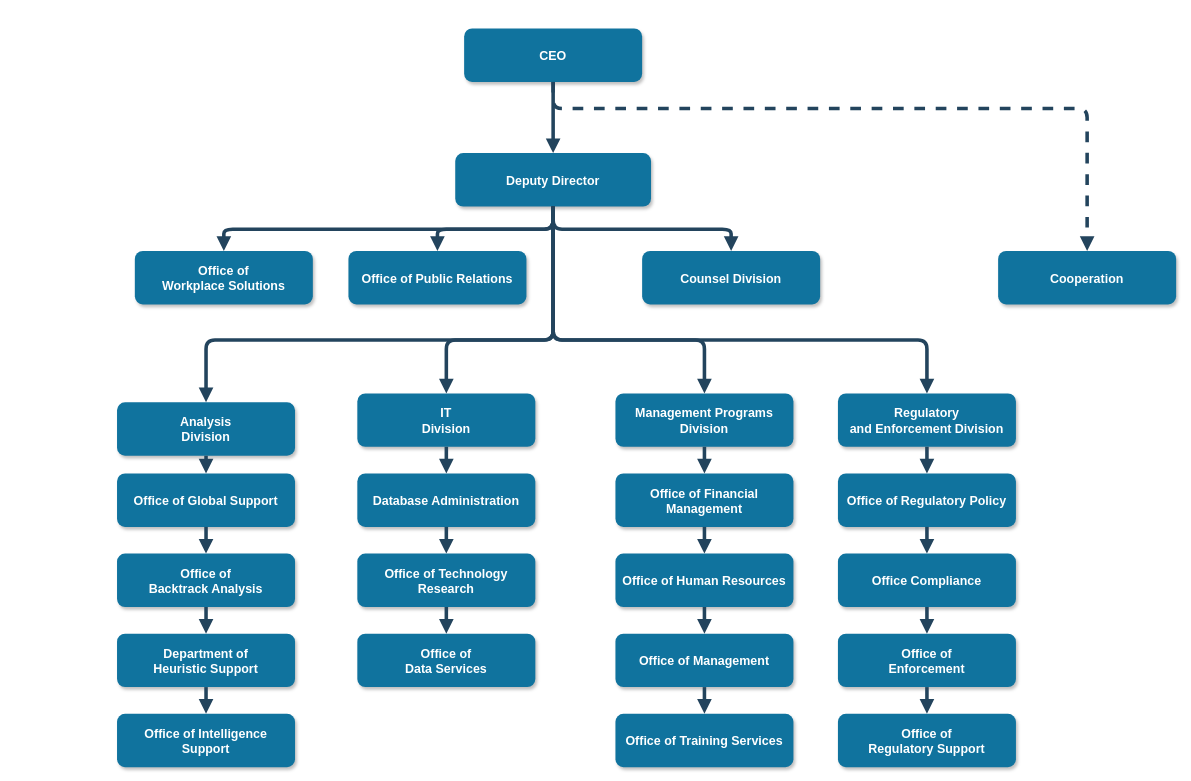
Earlier version of the draw.io diagram page "组织架构" (1 of 2) of 流程管理项目组织架构.drawio (warmsheep/my-example). Source tidied: cells renumbered, new cells numbered last; positions are measured from the earlier drawing's top-left corner, leaving out a move shared by most shapes. Both pictures are drawn from the tidied source at 89%, with x=0, y=0 at pixel (117, 28).
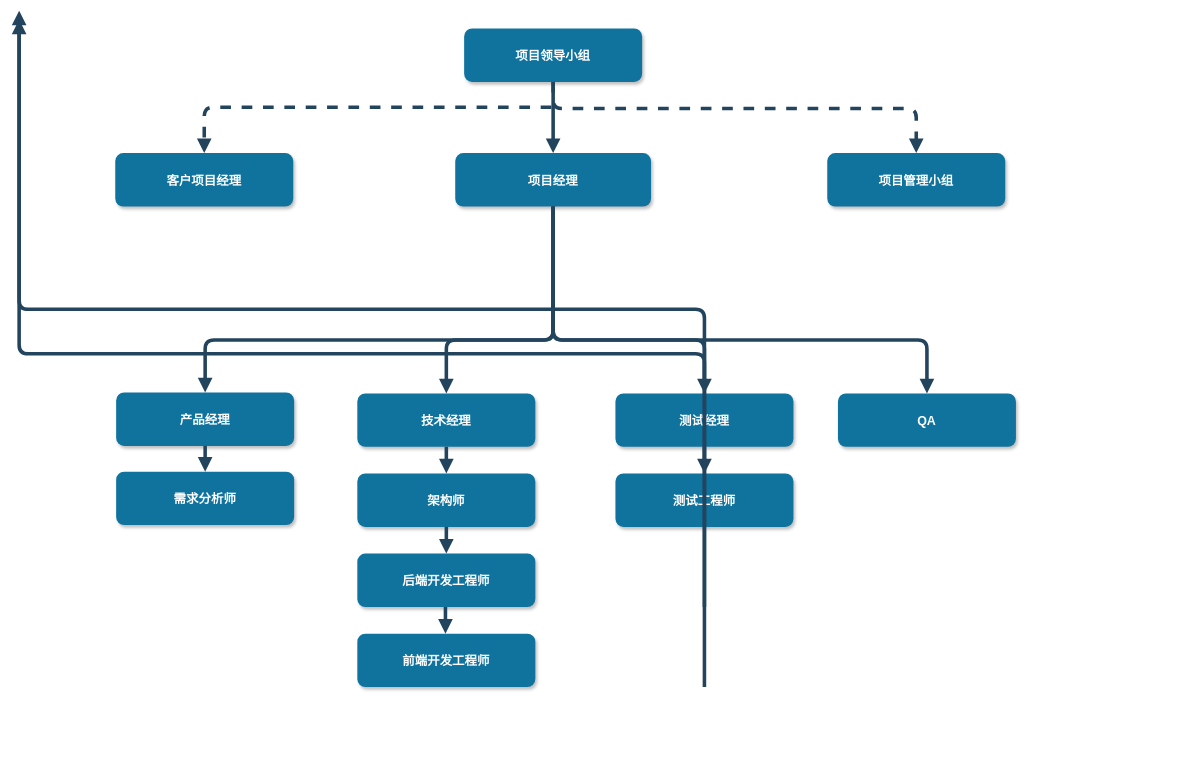
After the change.

Commit message:
更新流程管理项目组织架构.drawio

The edit, as a diff of the source:
```diff
@@
-    <mxCell id="2" value="CEO" style="rounded=1;fillColor=#10739E;strokeColor=none;shadow=1;gradientColor=none;fontStyle=1;fontColor=#FFFFFF;fontSize=14;" parent="1" vertex="1">
+    <mxCell id="2" value="项目领导小组" style="rounded=1;fillColor=#10739E;strokeColor=none;shadow=1;gradientColor=none;fontStyle=1;fontColor=#FFFFFF;fontSize=14;" parent="1" vertex="1">
       <mxGeometry x="390" y="-0.5" width="200" height="60" as="geometry" />
     </mxCell>
-    <mxCell id="3" value="Deputy Director" style="rounded=1;fillColor=#10739E;strokeColor=none;shadow=1;gradientColor=none;fontStyle=1;fontColor=#FFFFFF;fontSize=14;" parent="1" vertex="1">
+    <mxCell id="3" value="项目经理" style="rounded=1;fillColor=#10739E;strokeColor=none;shadow=1;gradientColor=none;fontStyle=1;fontColor=#FFFFFF;fontSize=14;" parent="1" vertex="1">
       <mxGeometry x="380" y="139.5" width="220" height="60" as="geometry" />
     </mxCell>
-    <mxCell id="4" value="Office of &#10;Workplace Solutions" style="rounded=1;fillColor=#10739E;strokeColor=none;shadow=1;gradientColor=none;fontStyle=1;fontColor=#FFFFFF;fontSize=14;" parent="1" vertex="1">
-      <mxGeometry x="20" y="249.5" width="200" height="60" as="geometry" />
-    </mxCell>
-    <mxCell id="5" value="Office of Public Relations" style="rounded=1;fillColor=#10739E;strokeColor=none;shadow=1;gradientColor=none;fontStyle=1;fontColor=#FFFFFF;fontSize=14;" parent="1" vertex="1">
-      <mxGeometry x="260" y="249.5" width="200" height="60" as="geometry" />
-    </mxCell>
-    <mxCell id="6" value="Counsel Division" style="rounded=1;fillColor=#10739E;strokeColor=none;shadow=1;gradientColor=none;fontStyle=1;fontColor=#FFFFFF;fontSize=14;" parent="1" vertex="1">
-      <mxGeometry x="590" y="249.5" width="200" height="60" as="geometry" />
-    </mxCell>
-    <mxCell id="7" value="Cooperation" style="rounded=1;fillColor=#10739E;strokeColor=none;shadow=1;gradientColor=none;fontStyle=1;fontColor=#FFFFFF;fontSize=14;" parent="1" vertex="1">
-      <mxGeometry x="990" y="249.5" width="200" height="60" as="geometry" />
+    <mxCell id="7" value="项目管理小组" style="rounded=1;fillColor=#10739E;strokeColor=none;shadow=1;gradientColor=none;fontStyle=1;fontColor=#FFFFFF;fontSize=14;" parent="1" vertex="1">
+      <mxGeometry x="798" y="139.5" width="200" height="60" as="geometry" />
     </mxCell>
-    <mxCell id="8" value="Analysis &#10;Division" style="rounded=1;fillColor=#10739E;strokeColor=none;shadow=1;gradientColor=none;fontStyle=1;fontColor=#FFFFFF;fontSize=14;" parent="1" vertex="1">
-      <mxGeometry y="419.5" width="200" height="60" as="geometry" />
+    <mxCell id="8" value="产品经理" style="rounded=1;fillColor=#10739E;strokeColor=none;shadow=1;gradientColor=none;fontStyle=1;fontColor=#FFFFFF;fontSize=14;" parent="1" vertex="1">
+      <mxGeometry x="-1" y="408.5" width="200" height="60" as="geometry" />
     </mxCell>
-    <mxCell id="9" value="Office of Global Support" style="rounded=1;fillColor=#10739E;strokeColor=none;shadow=1;gradientColor=none;fontStyle=1;fontColor=#FFFFFF;fontSize=14;" parent="1" vertex="1">
-      <mxGeometry y="499.5" width="200" height="60" as="geometry" />
+    <mxCell id="9" value="需求分析师" style="rounded=1;fillColor=#10739E;strokeColor=none;shadow=1;gradientColor=none;fontStyle=1;fontColor=#FFFFFF;fontSize=14;" parent="1" vertex="1">
+      <mxGeometry x="-1" y="497.5" width="200" height="60" as="geometry" />
     </mxCell>
-    <mxCell id="10" value="Office of &#10;Backtrack Analysis" style="rounded=1;fillColor=#10739E;strokeColor=none;shadow=1;gradientColor=none;fontStyle=1;fontColor=#FFFFFF;fontSize=14;" parent="1" vertex="1">
-      <mxGeometry y="589.5" width="200" height="60" as="geometry" />
-    </mxCell>
-    <mxCell id="11" value="Department of &#10;Heuristic Support" style="rounded=1;fillColor=#10739E;strokeColor=none;shadow=1;gradientColor=none;fontStyle=1;fontColor=#FFFFFF;fontSize=14;" parent="1" vertex="1">
-      <mxGeometry y="679.5" width="200" height="60" as="geometry" />
-    </mxCell>
-    <mxCell id="12" value="Office of Intelligence &#10;Support" style="rounded=1;fillColor=#10739E;strokeColor=none;shadow=1;gradientColor=none;fontStyle=1;fontColor=#FFFFFF;fontSize=14;" parent="1" vertex="1">
-      <mxGeometry y="769.5" width="200" height="60" as="geometry" />
-    </mxCell>
-    <mxCell id="13" value="IT&#10;Division" style="rounded=1;fillColor=#10739E;strokeColor=none;shadow=1;gradientColor=none;fontStyle=1;fontColor=#FFFFFF;fontSize=14;" parent="1" vertex="1">
+    <mxCell id="13" value="技术经理" style="rounded=1;fillColor=#10739E;strokeColor=none;shadow=1;gradientColor=none;fontStyle=1;fontColor=#FFFFFF;fontSize=14;" parent="1" vertex="1">
       <mxGeometry x="270" y="409.5" width="200" height="60" as="geometry" />
     </mxCell>
-    <mxCell id="14" value="Database Administration" style="rounded=1;fillColor=#10739E;strokeColor=none;shadow=1;gradientColor=none;fontStyle=1;fontColor=#FFFFFF;fontSize=14;" parent="1" vertex="1">
+    <mxCell id="14" value="架构师" style="rounded=1;fillColor=#10739E;strokeColor=none;shadow=1;gradientColor=none;fontStyle=1;fontColor=#FFFFFF;fontSize=14;" parent="1" vertex="1">
       <mxGeometry x="270" y="499.5" width="200" height="60" as="geometry" />
     </mxCell>
-    <mxCell id="15" value="Office of Technology &#10;Research" style="rounded=1;fillColor=#10739E;strokeColor=none;shadow=1;gradientColor=none;fontStyle=1;fontColor=#FFFFFF;fontSize=14;" parent="1" vertex="1">
+    <mxCell id="15" value="后端开发工程师" style="rounded=1;fillColor=#10739E;strokeColor=none;shadow=1;gradientColor=none;fontStyle=1;fontColor=#FFFFFF;fontSize=14;" parent="1" vertex="1">
       <mxGeometry x="270" y="589.5" width="200" height="60" as="geometry" />
     </mxCell>
-    <mxCell id="16" value="Office of&#10;Data Services" style="rounded=1;fillColor=#10739E;strokeColor=none;shadow=1;gradientColor=none;fontStyle=1;fontColor=#FFFFFF;fontSize=14;" parent="1" vertex="1">
-      <mxGeometry x="270" y="679.5" width="200" height="60" as="geometry" />
-    </mxCell>
-    <mxCell id="17" value="Management Programs &#10;Division" style="rounded=1;fillColor=#10739E;strokeColor=none;shadow=1;gradientColor=none;fontStyle=1;fontColor=#FFFFFF;fontSize=14;" parent="1" vertex="1">
+    <mxCell id="17" value="测试经理" style="rounded=1;fillColor=#10739E;strokeColor=none;shadow=1;gradientColor=none;fontStyle=1;fontColor=#FFFFFF;fontSize=14;" parent="1" vertex="1">
       <mxGeometry x="560" y="409.5" width="200" height="60" as="geometry" />
     </mxCell>
-    <mxCell id="18" value="Office of Financial &#10;Management" style="rounded=1;fillColor=#10739E;strokeColor=none;shadow=1;gradientColor=none;fontStyle=1;fontColor=#FFFFFF;fontSize=14;" parent="1" vertex="1">
+    <mxCell id="18" value="测试工程师" style="rounded=1;fillColor=#10739E;strokeColor=none;shadow=1;gradientColor=none;fontStyle=1;fontColor=#FFFFFF;fontSize=14;" parent="1" vertex="1">
       <mxGeometry x="560" y="499.5" width="200" height="60" as="geometry" />
     </mxCell>
-    <mxCell id="19" value="Office of Human Resources" style="rounded=1;fillColor=#10739E;strokeColor=none;shadow=1;gradientColor=none;fontStyle=1;fontColor=#FFFFFF;fontSize=14;" parent="1" vertex="1">
-      <mxGeometry x="560" y="589.5" width="200" height="60" as="geometry" />
-    </mxCell>
-    <mxCell id="20" value="Office of Management " style="rounded=1;fillColor=#10739E;strokeColor=none;shadow=1;gradientColor=none;fontStyle=1;fontColor=#FFFFFF;fontSize=14;" parent="1" vertex="1">
-      <mxGeometry x="560" y="679.5" width="200" height="60" as="geometry" />
-    </mxCell>
-    <mxCell id="21" value="Office of Training Services" style="rounded=1;fillColor=#10739E;strokeColor=none;shadow=1;gradientColor=none;fontStyle=1;fontColor=#FFFFFF;fontSize=14;" parent="1" vertex="1">
-      <mxGeometry x="560" y="769.5" width="200" height="60" as="geometry" />
-    </mxCell>
-    <mxCell id="22" value="Regulatory &#10;and Enforcement Division" style="rounded=1;fillColor=#10739E;strokeColor=none;shadow=1;gradientColor=none;fontStyle=1;fontColor=#FFFFFF;fontSize=14;" parent="1" vertex="1">
+    <mxCell id="22" value="QA" style="rounded=1;fillColor=#10739E;strokeColor=none;shadow=1;gradientColor=none;fontStyle=1;fontColor=#FFFFFF;fontSize=14;" parent="1" vertex="1">
       <mxGeometry x="810" y="409.5" width="200" height="60" as="geometry" />
     </mxCell>
-    <mxCell id="23" value="Office of Regulatory Policy" style="rounded=1;fillColor=#10739E;strokeColor=none;shadow=1;gradientColor=none;fontStyle=1;fontColor=#FFFFFF;fontSize=14;" parent="1" vertex="1">
-      <mxGeometry x="810" y="499.5" width="200" height="60" as="geometry" />
-    </mxCell>
-    <mxCell id="24" value="Office Compliance" style="rounded=1;fillColor=#10739E;strokeColor=none;shadow=1;gradientColor=none;fontStyle=1;fontColor=#FFFFFF;fontSize=14;" parent="1" vertex="1">
-      <mxGeometry x="810" y="589.5" width="200" height="60" as="geometry" />
-    </mxCell>
-    <mxCell id="25" value="Office of &#10;Enforcement" style="rounded=1;fillColor=#10739E;strokeColor=none;shadow=1;gradientColor=none;fontStyle=1;fontColor=#FFFFFF;fontSize=14;" parent="1" vertex="1">
-      <mxGeometry x="810" y="679.5" width="200" height="60" as="geometry" />
-    </mxCell>
-    <mxCell id="26" value="Office of&#10; Regulatory Support" style="rounded=1;fillColor=#10739E;strokeColor=none;shadow=1;gradientColor=none;fontStyle=1;fontColor=#FFFFFF;fontSize=14;" parent="1" vertex="1">
-      <mxGeometry x="810" y="769.5" width="200" height="60" as="geometry" />
-    </mxCell>
@@
-    <mxCell id="28" style="edgeStyle=elbowEdgeStyle;elbow=vertical;strokeWidth=4;endArrow=block;endFill=1;fontStyle=1;strokeColor=#23445D;" parent="1" edge="1" source="3" target="5">
-      <mxGeometry x="22" y="165.5" as="geometry" />
-    </mxCell>
-    <mxCell id="29" style="edgeStyle=elbowEdgeStyle;elbow=vertical;strokeWidth=4;endArrow=block;endFill=1;fontStyle=1;strokeColor=#23445D;" parent="1" edge="1" source="3" target="4">
-      <mxGeometry x="22" y="165.5" as="geometry" />
-    </mxCell>
-    <mxCell id="30" style="edgeStyle=elbowEdgeStyle;elbow=vertical;strokeWidth=4;endArrow=block;endFill=1;fontStyle=1;strokeColor=#23445D;" parent="1" edge="1" source="3" target="6">
-      <mxGeometry x="22" y="165.5" as="geometry" />
-    </mxCell>
@@
-    <mxCell id="35" style="edgeStyle=elbowEdgeStyle;elbow=vertical;strokeWidth=4;endArrow=block;endFill=1;fontStyle=1;strokeColor=#23445D;" parent="1" edge="1" source="9" target="10">
-      <mxGeometry x="62" y="175.5" as="geometry" />
-    </mxCell>
-    <mxCell id="36" style="edgeStyle=elbowEdgeStyle;elbow=vertical;strokeWidth=4;endArrow=block;endFill=1;fontStyle=1;strokeColor=#23445D;" parent="1" edge="1" source="10" target="11">
-      <mxGeometry x="62" y="185.5" as="geometry" />
-    </mxCell>
-    <mxCell id="37" style="edgeStyle=elbowEdgeStyle;elbow=vertical;strokeWidth=4;endArrow=block;endFill=1;fontStyle=1;strokeColor=#23445D;" parent="1" edge="1" source="11" target="12">
-      <mxGeometry x="62" y="195.5" as="geometry" />
-    </mxCell>
@@
-    <mxCell id="40" style="edgeStyle=elbowEdgeStyle;elbow=vertical;strokeWidth=4;endArrow=block;endFill=1;fontStyle=1;strokeColor=#23445D;" parent="1" edge="1" source="15" target="16">
-      <mxGeometry x="62" y="185.5" as="geometry" />
-    </mxCell>
@@
-    <mxCell id="42" style="edgeStyle=elbowEdgeStyle;elbow=vertical;strokeWidth=4;endArrow=block;endFill=1;fontStyle=1;strokeColor=#23445D;" parent="1" edge="1" source="18" target="19">
-      <mxGeometry x="72" y="175.5" as="geometry" />
-    </mxCell>
-    <mxCell id="43" style="edgeStyle=elbowEdgeStyle;elbow=vertical;strokeWidth=4;endArrow=block;endFill=1;fontStyle=1;strokeColor=#23445D;" parent="1" edge="1" source="19" target="20">
-      <mxGeometry x="72" y="185.5" as="geometry" />
+    <mxCell id="43" style="edgeStyle=elbowEdgeStyle;elbow=vertical;strokeWidth=4;endArrow=block;endFill=1;fontStyle=1;strokeColor=#23445D;" parent="1" edge="1">
+      <mxGeometry x="72" y="185.5" as="geometry">
+        <mxPoint x="660" y="649.5" as="sourcePoint" />
+        <mxPoint x="-110" y="-20.5" as="targetPoint" />
+      </mxGeometry>
     </mxCell>
-    <mxCell id="44" style="edgeStyle=elbowEdgeStyle;elbow=vertical;strokeWidth=4;endArrow=block;endFill=1;fontStyle=1;strokeColor=#23445D;" parent="1" edge="1" source="20" target="21">
-      <mxGeometry x="72" y="195.5" as="geometry" />
+    <mxCell id="44" style="edgeStyle=elbowEdgeStyle;elbow=vertical;strokeWidth=4;endArrow=block;endFill=1;fontStyle=1;strokeColor=#23445D;" parent="1" edge="1">
+      <mxGeometry x="72" y="195.5" as="geometry">
+        <mxPoint x="660" y="739.5" as="sourcePoint" />
+        <mxPoint x="-110" y="-10.5" as="targetPoint" />
+      </mxGeometry>
     </mxCell>
-    <mxCell id="45" style="edgeStyle=elbowEdgeStyle;elbow=vertical;strokeWidth=4;endArrow=block;endFill=1;fontStyle=1;strokeColor=#23445D;" parent="1" edge="1" source="22" target="23">
-      <mxGeometry x="72" y="165.5" as="geometry" />
-    </mxCell>
-    <mxCell id="46" style="edgeStyle=elbowEdgeStyle;elbow=vertical;strokeWidth=4;endArrow=block;endFill=1;fontStyle=1;strokeColor=#23445D;" parent="1" edge="1" source="23" target="24">
-      <mxGeometry x="72" y="175.5" as="geometry" />
-    </mxCell>
-    <mxCell id="47" style="edgeStyle=elbowEdgeStyle;elbow=vertical;strokeWidth=4;endArrow=block;endFill=1;fontStyle=1;strokeColor=#23445D;" parent="1" edge="1" source="24" target="25">
-      <mxGeometry x="72" y="185.5" as="geometry" />
-    </mxCell>
-    <mxCell id="48" style="edgeStyle=elbowEdgeStyle;elbow=vertical;strokeWidth=4;endArrow=block;endFill=1;fontStyle=1;strokeColor=#23445D;" parent="1" edge="1" source="25" target="26">
-      <mxGeometry x="72" y="195.5" as="geometry" />
-    </mxCell>
@@
+    <mxCell id="51" value="前端开发工程师" style="rounded=1;fillColor=#10739E;strokeColor=none;shadow=1;gradientColor=none;fontStyle=1;fontColor=#FFFFFF;fontSize=14;" parent="1" vertex="1">
+      <mxGeometry x="270" y="679.5" width="200" height="60" as="geometry" />
+    </mxCell>
+    <mxCell id="52" style="edgeStyle=elbowEdgeStyle;elbow=vertical;strokeWidth=4;endArrow=block;endFill=1;fontStyle=1;strokeColor=#23445D;" parent="1" edge="1">
+      <mxGeometry x="61" y="265.5" as="geometry">
+        <mxPoint x="369" y="649.5" as="sourcePoint" />
+        <mxPoint x="369" y="679.5" as="targetPoint" />
+      </mxGeometry>
+    </mxCell>
+    <mxCell id="53" style="edgeStyle=elbowEdgeStyle;elbow=vertical;strokeWidth=4;endArrow=block;endFill=1;fontStyle=1;dashed=1;strokeColor=#23445D;entryX=0.5;entryY=0;entryDx=0;entryDy=0;" parent="1" edge="1" target="54">
+      <mxGeometry x="-450" y="204" as="geometry">
+        <mxPoint x="488" y="88" as="sourcePoint" />
+        <Array as="points">
+          <mxPoint x="248" y="88" />
+        </Array>
+      </mxGeometry>
+    </mxCell>
+    <mxCell id="54" value="客户项目经理" style="rounded=1;fillColor=#10739E;strokeColor=none;shadow=1;gradientColor=none;fontStyle=1;fontColor=#FFFFFF;fontSize=14;" parent="1" vertex="1">
+      <mxGeometry x="-2" y="139.5" width="200" height="60" as="geometry" />
+    </mxCell>
```
